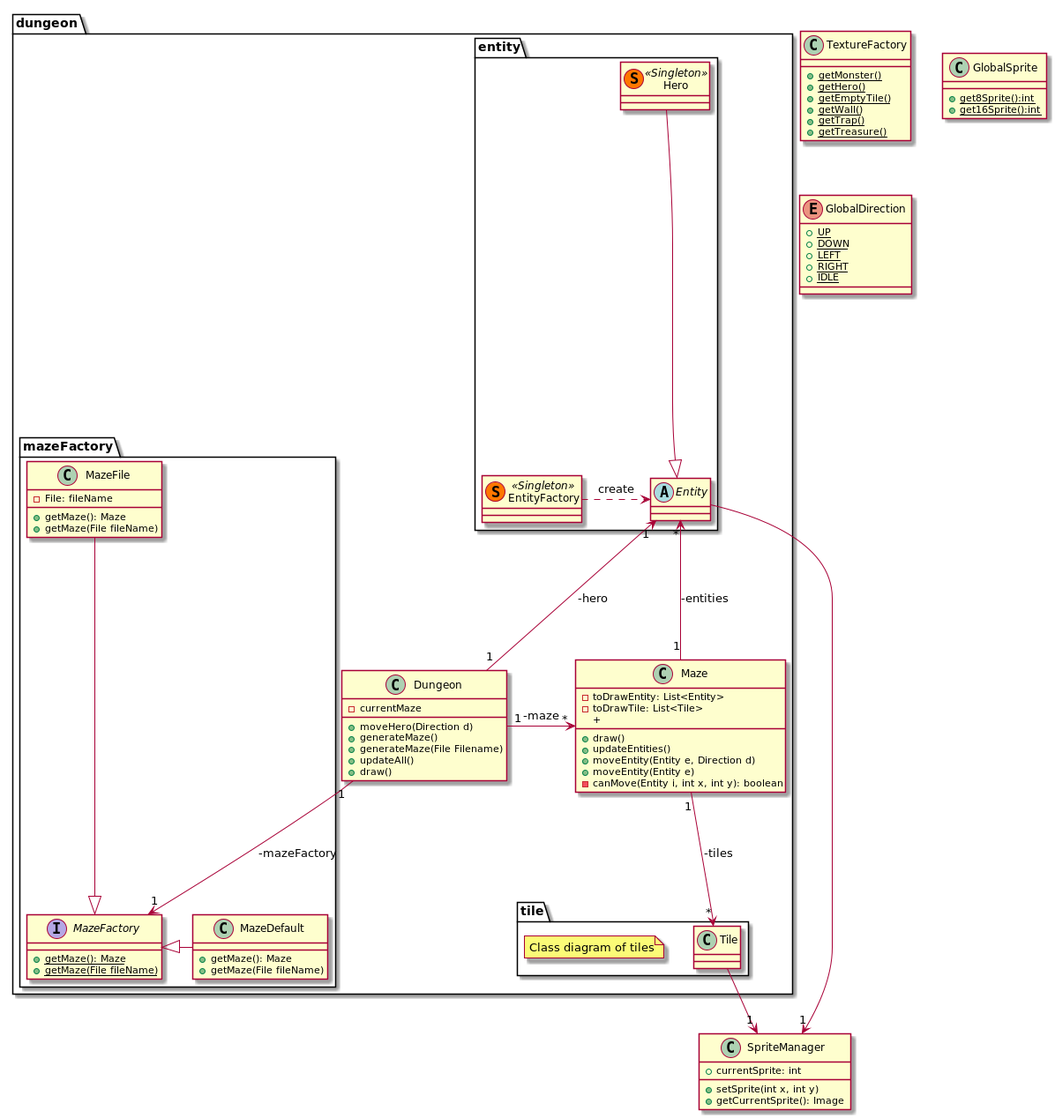
The PlantUML diagram doc/first_sprint/diagrams/class/global.png in Reynault/ACL_2019_Zelpop, before a commit.
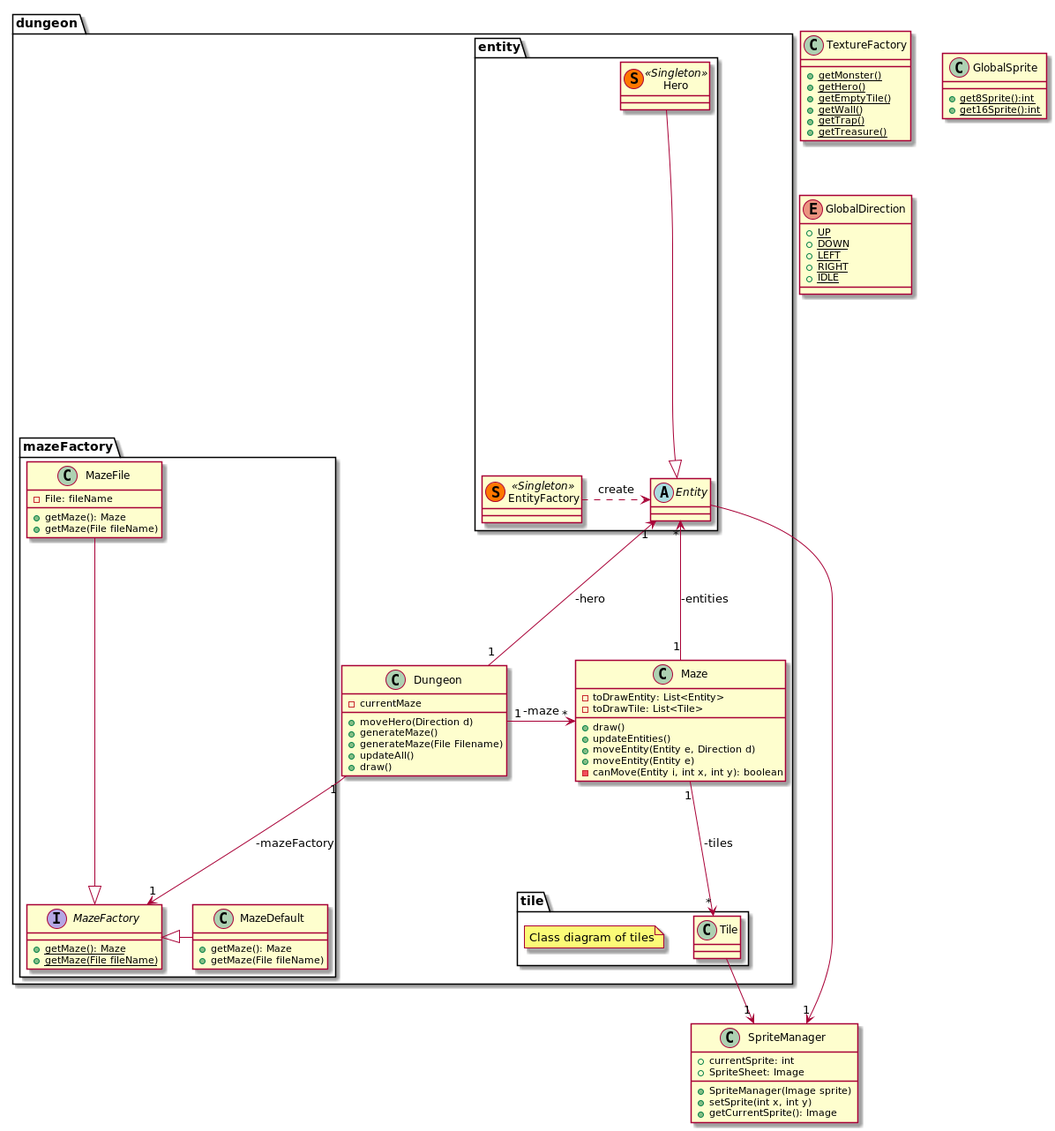
The same file after the commit.

Commit message:
First Sprint : Update diagrams

The edit, as a diff of the source:
```diff
@@ -17,7 +17,6 @@
         + draw()
         + updateEntities()
         + moveEntity(Entity e, Direction d)
-        +
         + moveEntity(Entity e)
         - canMove(Entity i, int x, int y): boolean
     }
@@ -81,6 +80,8 @@
 
 class SpriteManager{
     + currentSprite: int
+    + SpriteSheet: Image
+    + SpriteManager(Image sprite)
     + setSprite(int x, int y)
     + getCurrentSprite(): Image
 }
```
